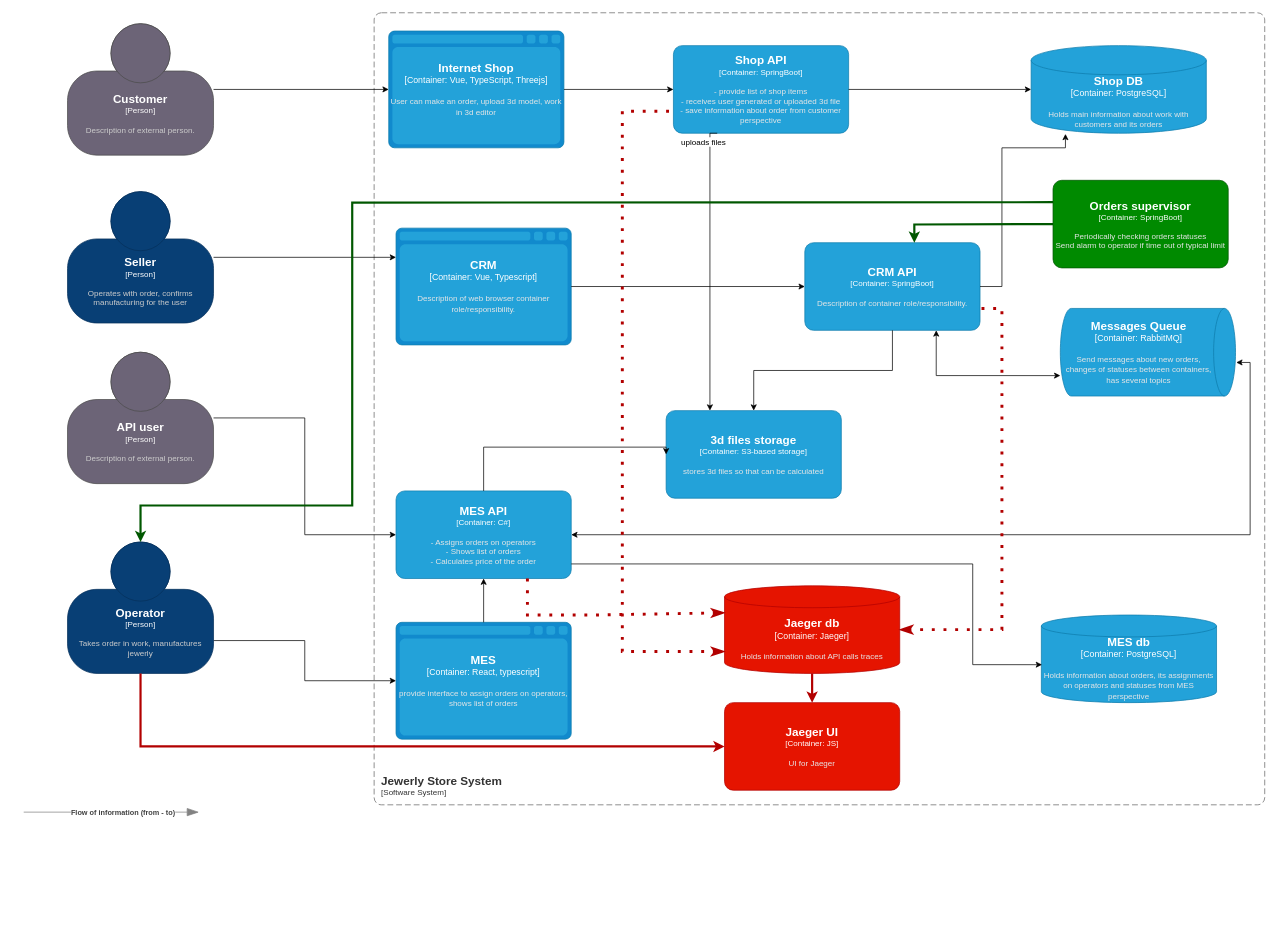
Before: Exc3/jewerly_c4_model_v2.drawio in zalivochkin/architecture-sprint-4, a draw.io diagram. Source tidied: cells renumbered, new cells numbered last; positions are measured from the earlier drawing's top-left corner, leaving out a move shared by most shapes. Both pictures are drawn from the tidied source at 73%, with x=0, y=0 at pixel (23, 12).
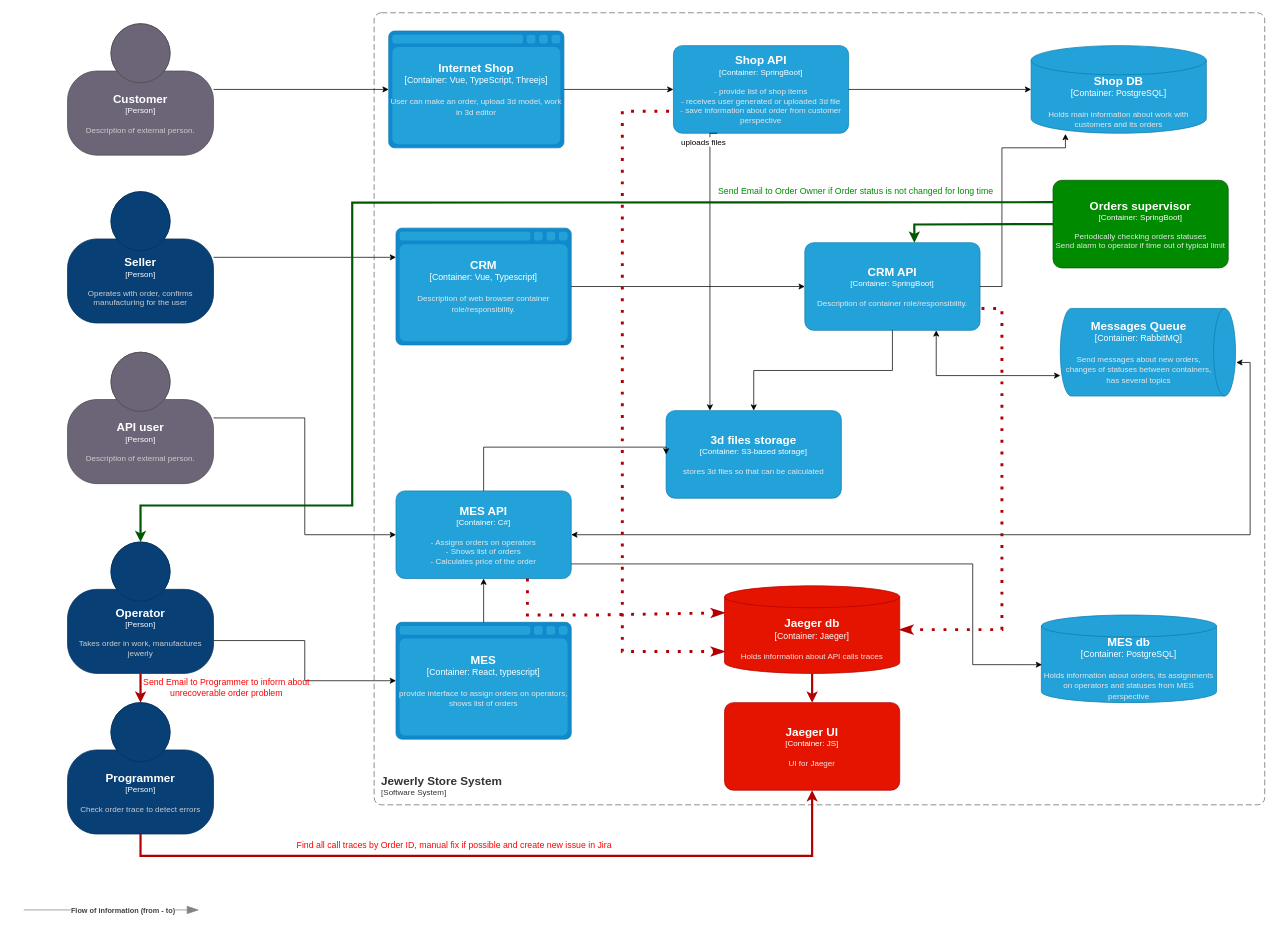
Above is the later version.

The change refers to these unchanged cells:
```xml
<object id="7" label="&lt;font style=&quot;font-size: 16px&quot;&gt;&lt;b&gt;%c4Name%&lt;/b&gt;&lt;/font&gt;&lt;div&gt;[%c4Type%]&lt;/div&gt;&lt;br&gt;&lt;div&gt;&lt;font style=&quot;font-size: 11px&quot;&gt;&lt;font color=&quot;#cccccc&quot;&gt;%c4Description%&lt;/font&gt;&lt;/div&gt;" c4Description="Takes order in work, manufactures jewerly " c4Name="Operator" c4Type="Person" placeholders="1">
  <mxCell style="html=1;fontSize=11;dashed=0;whiteSpace=wrap;fillColor=#083F75;strokeColor=#06315C;fontColor=#ffffff;shape=mxgraph.c4.person2;align=center;points=[[0.5,0,0],[1,0.5,0],[1,0.75,0],[0.75,1,0],[0.5,1,0],[0.25,1,0],[0,0.75,0],[0,0.5,0]];" parent="1" vertex="1">
    <mxGeometry x="60" y="725" width="200" height="180" as="geometry" />
  </mxCell>
</object>
<object id="38" label="&lt;font style=&quot;font-size: 16px&quot;&gt;&lt;b&gt;%c4Name%&lt;/b&gt;&lt;/font&gt;&lt;div&gt;[%c4Type%: %c4Technology%]&lt;/div&gt;&lt;br&gt;&lt;div&gt;&lt;font style=&quot;font-size: 11px&quot;&gt;&lt;font color=&quot;#E6E6E6&quot;&gt;%c4Description%&lt;/font&gt;&lt;/div&gt;" c4Description="UI for Jaeger" c4Name="Jaeger UI" c4Technology="JS" c4Type="Container" placeholders="1">
  <mxCell style="rounded=1;whiteSpace=wrap;html=1;fontSize=11;labelBackgroundColor=none;fillColor=#e51400;fontColor=#ffffff;align=center;arcSize=10;strokeColor=#B20000;points=[[0.25,0,0],[0.5,0,0],[0.75,0,0],[1,0.25,0],[1,0.5,0],[1,0.75,0],[0.75,1,0],[0.5,1,0],[0.25,1,0],[0,0.75,0],[0,0.5,0],[0,0.25,0]];" parent="1" vertex="1">
    <mxGeometry x="960" y="945" width="240" height="120" as="geometry" />
  </mxCell>
</object>
```

The edit, as a diff of the source:
```diff
@@
     <object id="33" label="&lt;div style=&quot;text-align: left&quot;&gt;&lt;div style=&quot;text-align: center&quot;&gt;&lt;b&gt;%c4Description%&lt;/b&gt;&lt;/div&gt;" c4Description="Flow of information (from - to) " placeholders="1">
       <mxCell style="endArrow=blockThin;html=1;fontSize=10;fontColor=#404040;strokeWidth=1;endFill=1;strokeColor=#828282;elbow=vertical;endSize=14;startSize=14;jumpStyle=arc;jumpSize=16;rounded=0;edgeStyle=orthogonalEdgeStyle;" parent="1" edge="1">
         <mxGeometry x="0.13" relative="1" as="geometry">
-          <mxPoint y="1095" as="sourcePoint" />
-          <mxPoint x="240" y="1095" as="targetPoint" />
+          <mxPoint y="1229" as="sourcePoint" />
+          <mxPoint x="240" y="1229" as="targetPoint" />
         </mxGeometry>
       </mxCell>
     </object>
@@
-    <mxCell id="40" style="endArrow=classic;html=1;rounded=0;entryX=0;entryY=0.5;entryDx=0;entryDy=0;entryPerimeter=0;exitX=0.5;exitY=1;exitDx=0;exitDy=0;exitPerimeter=0;fillColor=#e51400;strokeColor=#B20000;strokeWidth=3;" parent="1" edge="1" source="7" target="38">
+    <mxCell id="40" style="endArrow=classic;html=1;rounded=0;entryX=0.5;entryY=1;entryDx=0;entryDy=0;entryPerimeter=0;fillColor=#e51400;strokeColor=#B20000;strokeWidth=3;exitX=0.5;exitY=1;exitDx=0;exitDy=0;exitPerimeter=0;" parent="1" edge="1" source="45" target="38">
       <mxGeometry relative="1" as="geometry">
         <Array as="points">
-          <mxPoint x="160" y="1005" />
+          <mxPoint x="160" y="1155" />
+          <mxPoint x="1080" y="1155" />
         </Array>
       </mxGeometry>
     </mxCell>
@@
+    <mxCell id="44" value="Send Email to Order Owner if Order status is not changed for long time" style="text;html=1;align=center;verticalAlign=middle;whiteSpace=wrap;rounded=0;fontColor=#008A00;" parent="1" vertex="1">
+      <mxGeometry x="950" y="229.5" width="380" height="30" as="geometry" />
+    </mxCell>
+    <object id="45" label="&lt;font style=&quot;font-size: 16px&quot;&gt;&lt;b&gt;%c4Name%&lt;/b&gt;&lt;/font&gt;&lt;div&gt;[%c4Type%]&lt;/div&gt;&lt;br&gt;&lt;div&gt;&lt;font style=&quot;font-size: 11px&quot;&gt;&lt;font color=&quot;#cccccc&quot;&gt;%c4Description%&lt;/font&gt;&lt;/div&gt;" c4Description="Check order trace to detect errors" c4Name="Programmer" c4Type="Person" placeholders="1">
+      <mxCell style="html=1;fontSize=11;dashed=0;whiteSpace=wrap;fillColor=#083F75;strokeColor=#06315C;fontColor=#ffffff;shape=mxgraph.c4.person2;align=center;points=[[0.5,0,0],[1,0.5,0],[1,0.75,0],[0.75,1,0],[0.5,1,0],[0.25,1,0],[0,0.75,0],[0,0.5,0]];" parent="1" vertex="1">
+        <mxGeometry x="60" y="945" width="200" height="180" as="geometry" />
+      </mxCell>
+    </object>
+    <mxCell id="46" style="endArrow=classic;html=1;rounded=0;entryX=0.5;entryY=0;entryDx=0;entryDy=0;entryPerimeter=0;fillColor=#e51400;strokeColor=#B20000;strokeWidth=3;exitX=0.5;exitY=1;exitDx=0;exitDy=0;exitPerimeter=0;" parent="1" edge="1" source="7" target="45">
+      <mxGeometry relative="1" as="geometry" />
+    </mxCell>
+    <mxCell id="47" value="Send Email to Programmer to inform about unrecoverable order problem" style="text;html=1;align=center;verticalAlign=middle;whiteSpace=wrap;rounded=0;fontColor=#FF0000;" parent="1" vertex="1">
+      <mxGeometry x="158" y="910" width="240" height="30" as="geometry" />
+    </mxCell>
+    <mxCell id="48" value="Find all call traces by Order ID, manual fix if possible and create new issue in Jira" style="text;html=1;align=center;verticalAlign=middle;whiteSpace=wrap;rounded=0;fontColor=#FF0000;" parent="1" vertex="1">
+      <mxGeometry x="330" y="1125" width="520" height="30" as="geometry" />
+    </mxCell>
```
